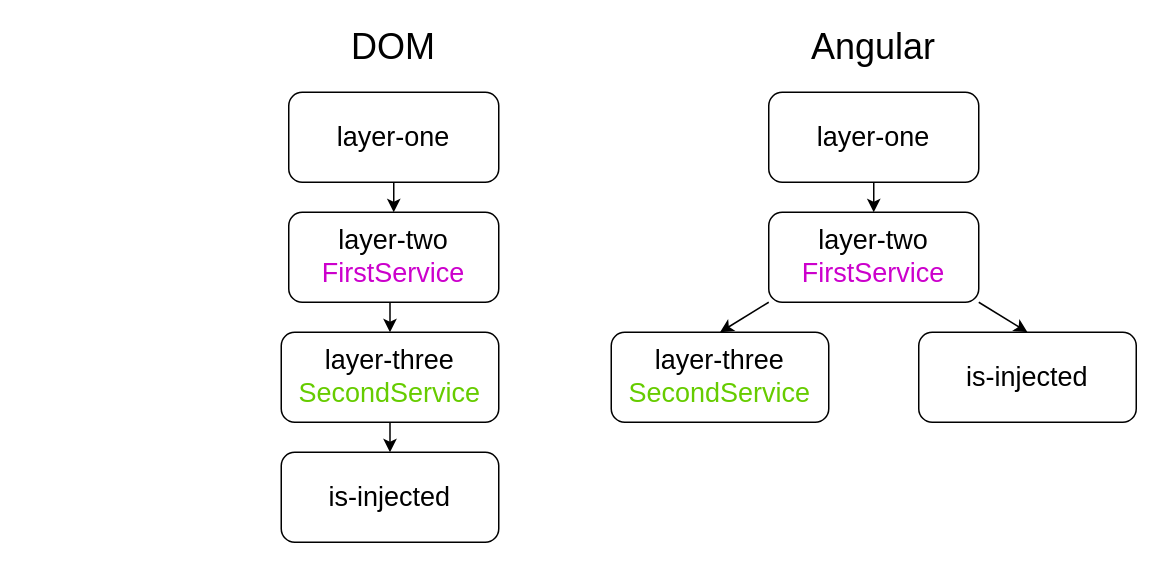
The draw.io diagram slides/diagrams/injector-tree_01.drawio in groma84/angular-content-injection-vortrag, before the edit. Source tidied: cells renumbered, new cells numbered last; positions are measured from the earlier drawing's top-left corner, leaving out a move shared by most shapes. Both pictures are drawn from the tidied source at 150%, with x=0, y=0 at pixel (280, 32).
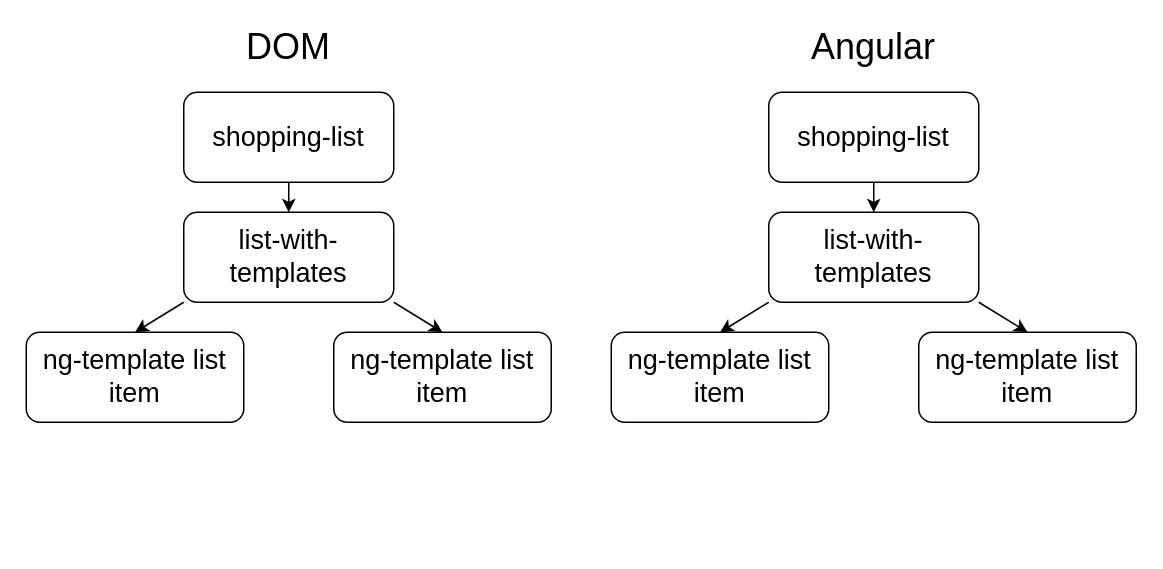
The same page after the edit.

Diff of the diagram source:
```diff
@@
 <mxGraphModel>
   <root>
     <mxCell id="0" />
     <mxCell id="1" parent="0" />
-    <mxCell id="2" style="edgeStyle=orthogonalEdgeStyle;rounded=0;jettySize=auto;html=1;exitX=0.5;exitY=1;exitDx=0;exitDy=0;entryX=0.5;entryY=0;entryDx=0;entryDy=0;fontSize=18;" parent="1" edge="1" source="3" target="5">
-      <mxGeometry relative="1" as="geometry" />
-    </mxCell>
-    <mxCell id="3" value="layer-one" style="rounded=1;whiteSpace=wrap;html=1;fontSize=18;" parent="1" vertex="1">
-      <mxGeometry x="5" y="40" width="140" height="60" as="geometry" />
-    </mxCell>
-    <mxCell id="4" style="edgeStyle=orthogonalEdgeStyle;rounded=0;jettySize=auto;html=1;exitX=0.5;exitY=1;exitDx=0;exitDy=0;entryX=0.5;entryY=0;entryDx=0;entryDy=0;fontSize=18;" parent="1" edge="1" source="5" target="7">
-      <mxGeometry relative="1" as="geometry" />
-    </mxCell>
-    <mxCell id="5" value="&lt;font style=&quot;font-size: 18px&quot;&gt;layer-two&lt;br&gt;&lt;font color=&quot;#cc00cc&quot;&gt;FirstService&lt;/font&gt;&lt;/font&gt;" style="rounded=1;whiteSpace=wrap;html=1;" parent="1" vertex="1">
-      <mxGeometry x="5" y="120" width="140" height="60" as="geometry" />
-    </mxCell>
-    <mxCell id="6" style="edgeStyle=orthogonalEdgeStyle;rounded=0;jettySize=auto;html=1;exitX=0.5;exitY=1;exitDx=0;exitDy=0;entryX=0.5;entryY=0;entryDx=0;entryDy=0;fontSize=18;" parent="1" edge="1" source="7" target="8">
-      <mxGeometry relative="1" as="geometry" />
-    </mxCell>
-    <mxCell id="7" value="&lt;font style=&quot;font-size: 18px&quot;&gt;layer-three&lt;br&gt;&lt;font color=&quot;#66cc00&quot;&gt;SecondService&lt;/font&gt;&lt;/font&gt;" style="rounded=1;whiteSpace=wrap;html=1;" parent="1" vertex="1">
-      <mxGeometry y="200" width="145" height="60" as="geometry" />
-    </mxCell>
-    <mxCell id="8" value="is-injected" style="rounded=1;whiteSpace=wrap;html=1;fontSize=18;" parent="1" vertex="1">
-      <mxGeometry y="280" width="145" height="60" as="geometry" />
-    </mxCell>
-    <mxCell id="9" value="&lt;font style=&quot;font-size: 24px&quot;&gt;DOM&lt;/font&gt;" style="text;html=1;strokeColor=none;fillColor=none;align=center;verticalAlign=middle;whiteSpace=wrap;rounded=0;fontSize=18;" parent="1" vertex="1">
-      <mxGeometry x="5" width="140" height="20" as="geometry" />
-    </mxCell>
     <mxCell id="10" style="edgeStyle=orthogonalEdgeStyle;rounded=0;jettySize=auto;html=1;exitX=0.5;exitY=1;exitDx=0;exitDy=0;entryX=0.5;entryY=0;entryDx=0;entryDy=0;fontSize=18;" parent="1" edge="1" source="11" target="14">
       <mxGeometry relative="1" as="geometry" />
     </mxCell>
-    <mxCell id="11" value="layer-one" style="rounded=1;whiteSpace=wrap;html=1;fontSize=18;" parent="1" vertex="1">
+    <mxCell id="11" value="shopping-list" style="rounded=1;whiteSpace=wrap;html=1;fontSize=18;" parent="1" vertex="1">
       <mxGeometry x="325" y="40" width="140" height="60" as="geometry" />
     </mxCell>
     <mxCell id="12" style="rounded=0;jettySize=auto;html=1;exitX=0;exitY=1;exitDx=0;exitDy=0;fontSize=18;entryX=0.5;entryY=0;entryDx=0;entryDy=0;" parent="1" edge="1" source="14" target="15">
       <mxGeometry relative="1" as="geometry" />
     </mxCell>
     <mxCell id="13" style="edgeStyle=none;rounded=0;jettySize=auto;html=1;exitX=1;exitY=1;exitDx=0;exitDy=0;entryX=0.5;entryY=0;entryDx=0;entryDy=0;fontSize=18;" parent="1" edge="1" source="14" target="16">
       <mxGeometry relative="1" as="geometry" />
     </mxCell>
-    <mxCell id="14" value="&lt;font style=&quot;font-size: 18px&quot;&gt;layer-two&lt;br&gt;&lt;font color=&quot;#cc00cc&quot;&gt;FirstService&lt;/font&gt;&lt;/font&gt;" style="rounded=1;whiteSpace=wrap;html=1;" parent="1" vertex="1">
+    <mxCell id="14" value="list-with-templates" style="rounded=1;whiteSpace=wrap;html=1;fontSize=18;" parent="1" vertex="1">
       <mxGeometry x="325" y="120" width="140" height="60" as="geometry" />
     </mxCell>
-    <mxCell id="15" value="&lt;font style=&quot;font-size: 18px&quot;&gt;layer-three&lt;br&gt;&lt;font color=&quot;#66cc00&quot;&gt;SecondService&lt;/font&gt;&lt;/font&gt;" style="rounded=1;whiteSpace=wrap;html=1;" parent="1" vertex="1">
+    <mxCell id="15" value="ng-template list item" style="rounded=1;whiteSpace=wrap;html=1;fontSize=18;" parent="1" vertex="1">
       <mxGeometry x="220" y="200" width="145" height="60" as="geometry" />
     </mxCell>
-    <mxCell id="16" value="is-injected" style="rounded=1;whiteSpace=wrap;html=1;fontSize=18;" parent="1" vertex="1">
+    <mxCell id="16" value="&lt;span style=&quot;font-size: 18px;&quot;&gt;ng-template list item&lt;/span&gt;" style="rounded=1;whiteSpace=wrap;html=1;fontSize=18;" parent="1" vertex="1">
       <mxGeometry x="425" y="200" width="145" height="60" as="geometry" />
     </mxCell>
     <mxCell id="17" value="&lt;font style=&quot;font-size: 24px&quot;&gt;Angular&lt;/font&gt;" style="text;html=1;strokeColor=none;fillColor=none;align=center;verticalAlign=middle;whiteSpace=wrap;rounded=0;fontSize=18;" parent="1" vertex="1">
       <mxGeometry x="325" width="140" height="20" as="geometry" />
     </mxCell>
+    <mxCell id="18" style="edgeStyle=orthogonalEdgeStyle;rounded=0;jettySize=auto;html=1;exitX=0.5;exitY=1;exitDx=0;exitDy=0;entryX=0.5;entryY=0;entryDx=0;entryDy=0;fontSize=18;" parent="1" edge="1" source="19" target="22">
+      <mxGeometry relative="1" as="geometry" />
+    </mxCell>
+    <mxCell id="19" value="shopping-list" style="rounded=1;whiteSpace=wrap;html=1;fontSize=18;" parent="1" vertex="1">
+      <mxGeometry x="-65" y="40" width="140" height="60" as="geometry" />
+    </mxCell>
+    <mxCell id="20" style="rounded=0;jettySize=auto;html=1;exitX=0;exitY=1;exitDx=0;exitDy=0;fontSize=18;entryX=0.5;entryY=0;entryDx=0;entryDy=0;" parent="1" edge="1" source="22" target="23">
+      <mxGeometry relative="1" as="geometry" />
+    </mxCell>
+    <mxCell id="21" style="edgeStyle=none;rounded=0;jettySize=auto;html=1;exitX=1;exitY=1;exitDx=0;exitDy=0;entryX=0.5;entryY=0;entryDx=0;entryDy=0;fontSize=18;" parent="1" edge="1" source="22" target="24">
+      <mxGeometry relative="1" as="geometry" />
+    </mxCell>
+    <mxCell id="22" value="list-with-templates" style="rounded=1;whiteSpace=wrap;html=1;fontSize=18;" parent="1" vertex="1">
+      <mxGeometry x="-65" y="120" width="140" height="60" as="geometry" />
+    </mxCell>
+    <mxCell id="23" value="ng-template list item" style="rounded=1;whiteSpace=wrap;html=1;fontSize=18;" parent="1" vertex="1">
+      <mxGeometry x="-170" y="200" width="145" height="60" as="geometry" />
+    </mxCell>
+    <mxCell id="24" value="&lt;span style=&quot;font-size: 18px;&quot;&gt;ng-template list item&lt;/span&gt;" style="rounded=1;whiteSpace=wrap;html=1;fontSize=18;" parent="1" vertex="1">
+      <mxGeometry x="35" y="200" width="145" height="60" as="geometry" />
+    </mxCell>
+    <mxCell id="9" value="&lt;font style=&quot;font-size: 24px&quot;&gt;DOM&lt;/font&gt;" style="text;html=1;strokeColor=none;fillColor=none;align=center;verticalAlign=middle;whiteSpace=wrap;rounded=0;fontSize=18;" parent="1" vertex="1">
+      <mxGeometry x="-65" width="140" height="20" as="geometry" />
+    </mxCell>
   </root>
 </mxGraphModel>
```
